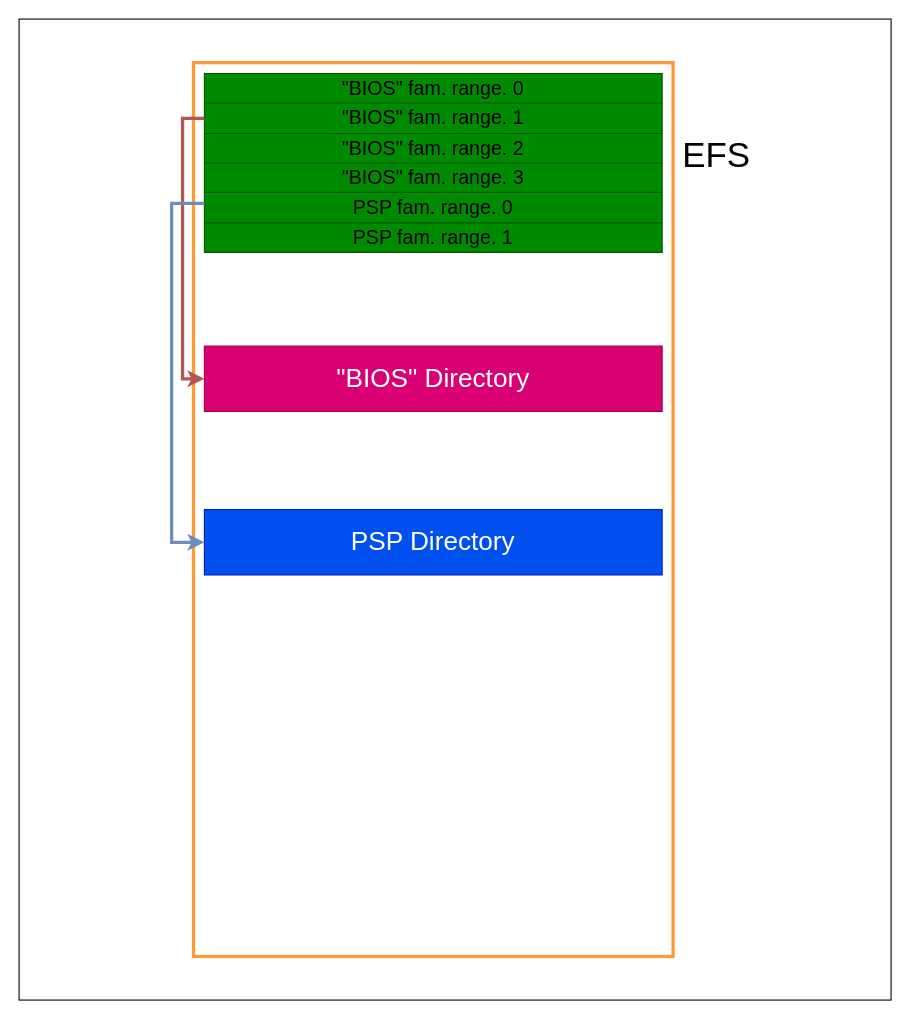
The draw.io diagram img/amd_flash_partitioning.drawio in fiedka/romulan, before the edit. Source tidied: cells renumbered, new cells numbered last; positions are measured from the earlier drawing's top-left corner, leaving out a move shared by most shapes. Both pictures are drawn from the tidied source at 109%, with x=0, y=0 at pixel (19, 19).
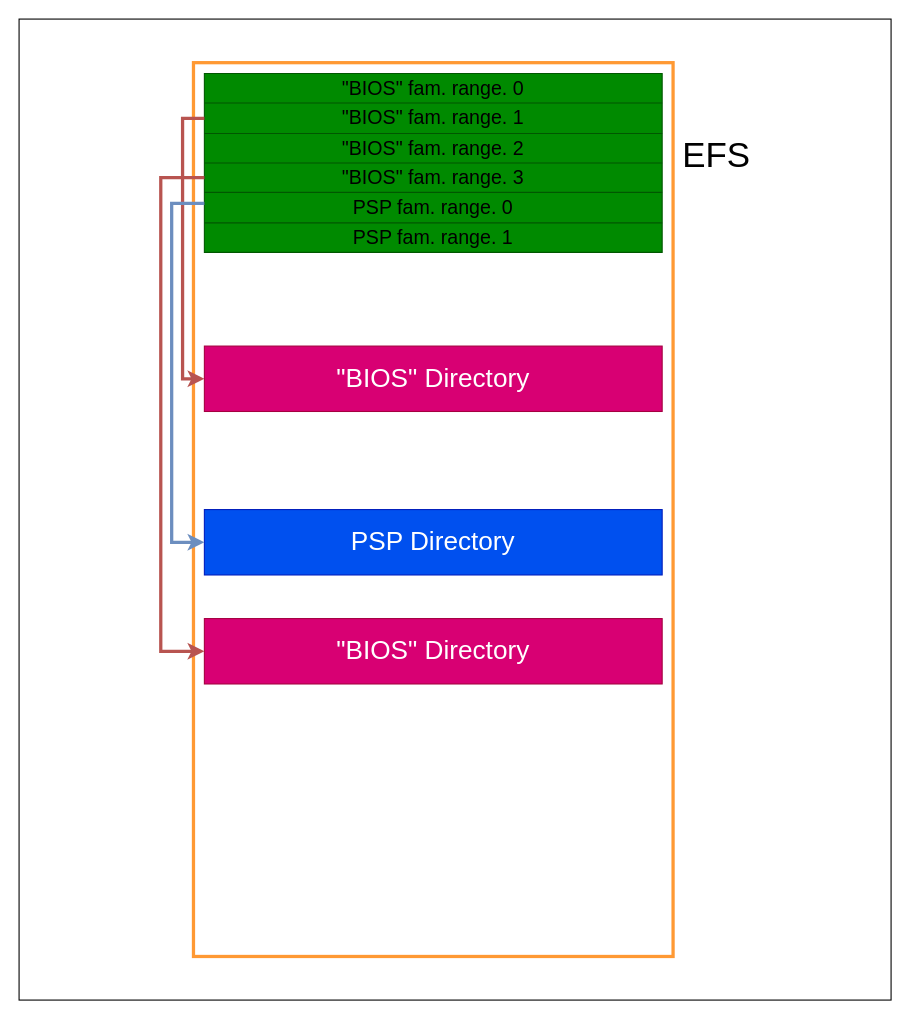
Above is the later version.

Commit message (it also covers changes not shown here):
img/amd_flash_image: add second BIOS directory to EFS

The change refers to these unchanged cells:
```xml
<mxCell id="11" style="shape=tableRow;horizontal=0;startSize=0;swimlaneHead=0;swimlaneBody=0;strokeColor=inherit;top=0;left=0;bottom=0;right=0;fillColor=none;points=[[0,0.5],[1,0.5]];portConstraint=eastwest;" parent="4" vertex="1">
  <mxGeometry y="82" width="420" height="27" as="geometry" />
</mxCell>
```

What changed in the source:
```diff
@@
+    <mxCell id="22" value="&quot;BIOS&quot; Directory" style="rounded=0;whiteSpace=wrap;html=1;fontSize=24;fillColor=#d80073;fontColor=#ffffff;strokeColor=#A50040;" parent="1" vertex="1">
+      <mxGeometry x="170" y="550" width="420" height="60" as="geometry" />
+    </mxCell>
+    <mxCell id="23" style="edgeStyle=orthogonalEdgeStyle;rounded=0;jettySize=auto;html=1;entryX=0;entryY=0.5;entryDx=0;entryDy=0;strokeWidth=3;fillColor=#f8cecc;strokeColor=#b85450;" parent="1" edge="1" source="11" target="22">
+      <mxGeometry relative="1" as="geometry">
+        <Array as="points">
+          <mxPoint x="130" y="146" />
+          <mxPoint x="130" y="580" />
+        </Array>
+      </mxGeometry>
+    </mxCell>
```
